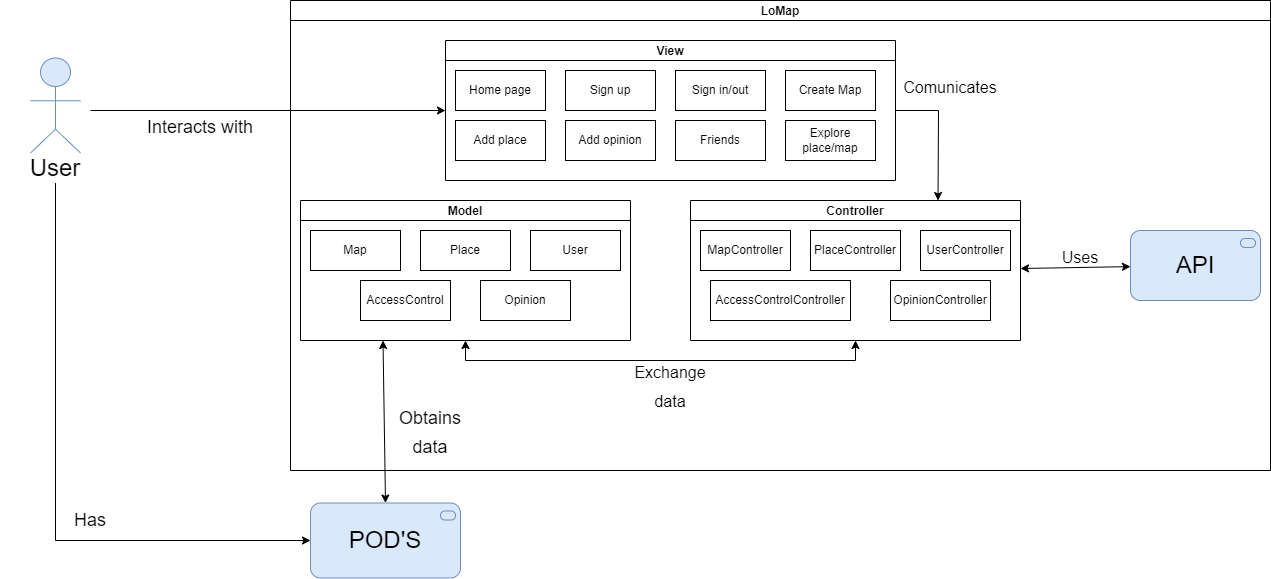
This is docs/images/Level3.png from Arquisoft/lomap_es3c, a draw.io export, as it was before one commit. Source tidied: cells renumbered, new cells last; positions are measured from the earlier drawing's top-left corner, leaving out a move shared by most shapes. The source it was exported from:
```xml
<mxGraphModel>
  <root>
    <mxCell id="0" />
    <mxCell id="1" parent="0" />
    <mxCell id="2" style="html=1;whiteSpace=wrap;fillColor=#dae8fc;verticalLabelPosition=bottom;verticalAlign=top;align=center;shape=mxgraph.archimate3.actor;labelBackgroundColor=none;strokeColor=#6c8ebf;" parent="1" vertex="1">
      <mxGeometry x="30" y="57.5" width="50" height="95" as="geometry" />
    </mxCell>
    <mxCell id="3" value="&lt;font style=&quot;font-size: 24px;&quot;&gt;POD'S&lt;/font&gt;" style="html=1;outlineConnect=0;whiteSpace=wrap;shape=mxgraph.archimate3.application;appType=serv;archiType=rounded;labelBackgroundColor=none;fillColor=#dae8fc;strokeColor=#6c8ebf;" parent="1" vertex="1">
      <mxGeometry x="310" y="502.5" width="150" height="75" as="geometry" />
    </mxCell>
    <mxCell id="4" value="User" style="text;html=1;strokeColor=none;fillColor=none;align=center;verticalAlign=middle;whiteSpace=wrap;rounded=0;fontSize=24;" parent="1" vertex="1">
      <mxGeometry x="25" y="152.5" width="60" height="30" as="geometry" />
    </mxCell>
    <mxCell id="5" value="&lt;font style=&quot;font-size: 18px;&quot;&gt;Interacts with&lt;/font&gt;" style="text;html=1;strokeColor=none;fillColor=none;align=center;verticalAlign=middle;whiteSpace=wrap;rounded=0;fontSize=24;" parent="1" vertex="1">
      <mxGeometry x="110" y="110" width="180" height="30" as="geometry" />
    </mxCell>
    <mxCell id="6" value="&lt;font style=&quot;font-size: 18px;&quot;&gt;Has&lt;/font&gt;" style="text;html=1;strokeColor=none;fillColor=none;align=center;verticalAlign=middle;whiteSpace=wrap;rounded=0;fontSize=24;" parent="1" vertex="1">
      <mxGeometry y="502.5" width="180" height="30" as="geometry" />
    </mxCell>
    <mxCell id="7" style="endArrow=classic;html=1;rounded=0;fontSize=18;entryX=0;entryY=0.5;entryDx=0;entryDy=0;" parent="1" edge="1" target="11">
      <mxGeometry relative="1" as="geometry">
        <mxPoint x="90" y="110" as="sourcePoint" />
      </mxGeometry>
    </mxCell>
    <mxCell id="8" style="endArrow=classic;startArrow=classic;html=1;rounded=0;fontSize=18;exitX=0.5;exitY=0;exitDx=0;exitDy=0;exitPerimeter=0;entryX=0.25;entryY=1;entryDx=0;entryDy=0;" parent="1" edge="1" source="3" target="20">
      <mxGeometry relative="1" as="geometry" />
    </mxCell>
    <mxCell id="9" style="endArrow=classic;html=1;rounded=0;fontSize=18;exitX=0.5;exitY=1;exitDx=0;exitDy=0;entryX=0;entryY=0.5;entryDx=0;entryDy=0;entryPerimeter=0;" parent="1" edge="1" source="4" target="3">
      <mxGeometry relative="1" as="geometry">
        <Array as="points">
          <mxPoint x="55" y="540" />
        </Array>
      </mxGeometry>
    </mxCell>
    <mxCell id="10" value="LoMap" style="swimlane;startSize=20;horizontal=1;containerType=tree;newEdgeStyle={&quot;edgeStyle&quot;:&quot;elbowEdgeStyle&quot;,&quot;startArrow&quot;:&quot;none&quot;,&quot;endArrow&quot;:&quot;none&quot;};" parent="1" vertex="1">
      <mxGeometry x="290" width="980" height="470" as="geometry" />
    </mxCell>
    <mxCell id="11" value="View" style="swimlane;startSize=20;horizontal=1;containerType=tree;newEdgeStyle={&quot;edgeStyle&quot;:&quot;elbowEdgeStyle&quot;,&quot;startArrow&quot;:&quot;none&quot;,&quot;endArrow&quot;:&quot;none&quot;};" parent="10" vertex="1">
      <mxGeometry x="155" y="40" width="450" height="140" as="geometry" />
    </mxCell>
    <mxCell id="12" value="Home page" style="rounded=0;whiteSpace=wrap;html=1;" parent="11" vertex="1">
      <mxGeometry x="10" y="30" width="90" height="40" as="geometry" />
    </mxCell>
    <mxCell id="13" value="Create Map" style="rounded=0;whiteSpace=wrap;html=1;" parent="11" vertex="1">
      <mxGeometry x="340" y="30" width="90" height="40" as="geometry" />
    </mxCell>
    <mxCell id="14" value="Sign in/out" style="rounded=0;whiteSpace=wrap;html=1;" parent="11" vertex="1">
      <mxGeometry x="230" y="30" width="90" height="40" as="geometry" />
    </mxCell>
    <mxCell id="15" value="Sign up" style="rounded=0;whiteSpace=wrap;html=1;" parent="11" vertex="1">
      <mxGeometry x="120" y="30" width="90" height="40" as="geometry" />
    </mxCell>
    <mxCell id="16" value="Add place" style="rounded=0;whiteSpace=wrap;html=1;" parent="11" vertex="1">
      <mxGeometry x="10" y="80" width="90" height="40" as="geometry" />
    </mxCell>
    <mxCell id="17" value="Add opinion" style="rounded=0;whiteSpace=wrap;html=1;" parent="11" vertex="1">
      <mxGeometry x="120" y="80" width="90" height="40" as="geometry" />
    </mxCell>
    <mxCell id="18" value="Friends" style="rounded=0;whiteSpace=wrap;html=1;" parent="11" vertex="1">
      <mxGeometry x="230" y="80" width="90" height="40" as="geometry" />
    </mxCell>
    <mxCell id="19" value="Explore place/map" style="rounded=0;whiteSpace=wrap;html=1;" parent="11" vertex="1">
      <mxGeometry x="340" y="80" width="90" height="40" as="geometry" />
    </mxCell>
    <mxCell id="20" value="Model" style="swimlane;startSize=20;horizontal=1;containerType=tree;newEdgeStyle={&quot;edgeStyle&quot;:&quot;elbowEdgeStyle&quot;,&quot;startArrow&quot;:&quot;none&quot;,&quot;endArrow&quot;:&quot;none&quot;};" parent="10" vertex="1">
      <mxGeometry x="10" y="200" width="330" height="140" as="geometry" />
    </mxCell>
    <mxCell id="21" value="Map" style="rounded=0;whiteSpace=wrap;html=1;" parent="20" vertex="1">
      <mxGeometry x="10" y="30" width="90" height="40" as="geometry" />
    </mxCell>
    <mxCell id="22" value="User" style="rounded=0;whiteSpace=wrap;html=1;" parent="20" vertex="1">
      <mxGeometry x="230" y="30" width="90" height="40" as="geometry" />
    </mxCell>
    <mxCell id="23" value="Place" style="rounded=0;whiteSpace=wrap;html=1;" parent="20" vertex="1">
      <mxGeometry x="120" y="30" width="90" height="40" as="geometry" />
    </mxCell>
    <mxCell id="24" value="AccessControl" style="rounded=0;whiteSpace=wrap;html=1;" parent="20" vertex="1">
      <mxGeometry x="60" y="80" width="90" height="40" as="geometry" />
    </mxCell>
    <mxCell id="25" value="Opinion" style="rounded=0;whiteSpace=wrap;html=1;" parent="20" vertex="1">
      <mxGeometry x="180" y="80" width="90" height="40" as="geometry" />
    </mxCell>
    <mxCell id="26" value="Controller" style="swimlane;startSize=20;horizontal=1;containerType=tree;newEdgeStyle={&quot;edgeStyle&quot;:&quot;elbowEdgeStyle&quot;,&quot;startArrow&quot;:&quot;none&quot;,&quot;endArrow&quot;:&quot;none&quot;};" parent="10" vertex="1">
      <mxGeometry x="400" y="200" width="330" height="140" as="geometry" />
    </mxCell>
    <mxCell id="27" value="MapController" style="rounded=0;whiteSpace=wrap;html=1;" parent="26" vertex="1">
      <mxGeometry x="10" y="30" width="90" height="40" as="geometry" />
    </mxCell>
    <mxCell id="28" value="UserController" style="rounded=0;whiteSpace=wrap;html=1;" parent="26" vertex="1">
      <mxGeometry x="230" y="30" width="90" height="40" as="geometry" />
    </mxCell>
    <mxCell id="29" value="PlaceController" style="rounded=0;whiteSpace=wrap;html=1;" parent="26" vertex="1">
      <mxGeometry x="120" y="30" width="90" height="40" as="geometry" />
    </mxCell>
    <mxCell id="30" value="AccessControlController" style="rounded=0;whiteSpace=wrap;html=1;" parent="26" vertex="1">
      <mxGeometry x="20" y="80" width="140" height="40" as="geometry" />
    </mxCell>
    <mxCell id="31" value="OpinionController" style="rounded=0;whiteSpace=wrap;html=1;" parent="26" vertex="1">
      <mxGeometry x="200" y="80" width="100" height="40" as="geometry" />
    </mxCell>
    <mxCell id="32" value="&lt;font style=&quot;font-size: 16px;&quot;&gt;Exchange&lt;br&gt;data&lt;br&gt;&lt;/font&gt;" style="text;html=1;strokeColor=none;fillColor=none;align=center;verticalAlign=middle;whiteSpace=wrap;rounded=0;fontSize=24;" parent="10" vertex="1">
      <mxGeometry x="290" y="360" width="180" height="47.5" as="geometry" />
    </mxCell>
    <mxCell id="33" style="endArrow=classic;startArrow=classic;html=1;rounded=0;fontSize=16;entryX=0.5;entryY=1;entryDx=0;entryDy=0;exitX=0.5;exitY=1;exitDx=0;exitDy=0;" parent="10" edge="1" source="26" target="20">
      <mxGeometry relative="1" as="geometry">
        <Array as="points">
          <mxPoint x="565" y="360" />
          <mxPoint x="175" y="360" />
        </Array>
      </mxGeometry>
    </mxCell>
    <mxCell id="34" style="endArrow=classic;html=1;rounded=0;entryX=0.75;entryY=0;entryDx=0;entryDy=0;exitX=1;exitY=0.5;exitDx=0;exitDy=0;" parent="10" edge="1" source="11" target="26">
      <mxGeometry relative="1" as="geometry">
        <Array as="points">
          <mxPoint x="648" y="110" />
        </Array>
      </mxGeometry>
    </mxCell>
    <mxCell id="35" value="&lt;font style=&quot;font-size: 18px;&quot;&gt;Obtains&lt;br&gt;data&lt;br&gt;&lt;/font&gt;" style="text;html=1;strokeColor=none;fillColor=none;align=center;verticalAlign=middle;whiteSpace=wrap;rounded=0;fontSize=24;" parent="10" vertex="1">
      <mxGeometry x="50" y="400" width="180" height="60" as="geometry" />
    </mxCell>
    <mxCell id="36" value="&lt;font style=&quot;font-size: 16px;&quot;&gt;Comunicates&lt;/font&gt;" style="text;html=1;strokeColor=none;fillColor=none;align=center;verticalAlign=middle;whiteSpace=wrap;rounded=0;fontSize=24;" parent="10" vertex="1">
      <mxGeometry x="570" y="70" width="180" height="30" as="geometry" />
    </mxCell>
    <mxCell id="37" value="&lt;font style=&quot;font-size: 24px;&quot;&gt;API&lt;/font&gt;" style="html=1;outlineConnect=0;whiteSpace=wrap;shape=mxgraph.archimate3.application;appType=serv;archiType=rounded;labelBackgroundColor=none;fillColor=#dae8fc;strokeColor=#6c8ebf;" parent="1" vertex="1">
      <mxGeometry x="1130" y="230" width="130" height="70" as="geometry" />
    </mxCell>
    <mxCell id="38" style="endArrow=classic;startArrow=classic;html=1;rounded=0;entryX=1;entryY=0.5;entryDx=0;entryDy=0;entryPerimeter=0;" parent="1" edge="1" source="37">
      <mxGeometry relative="1" as="geometry">
        <mxPoint x="1020" y="268" as="targetPoint" />
      </mxGeometry>
    </mxCell>
    <mxCell id="39" value="&lt;font style=&quot;font-size: 16px;&quot;&gt;Uses&lt;/font&gt;" style="text;html=1;strokeColor=none;fillColor=none;align=center;verticalAlign=middle;whiteSpace=wrap;rounded=0;fontSize=24;" parent="1" vertex="1">
      <mxGeometry x="990" y="210" width="180" height="90" as="geometry" />
    </mxCell>
  </root>
</mxGraphModel>
```
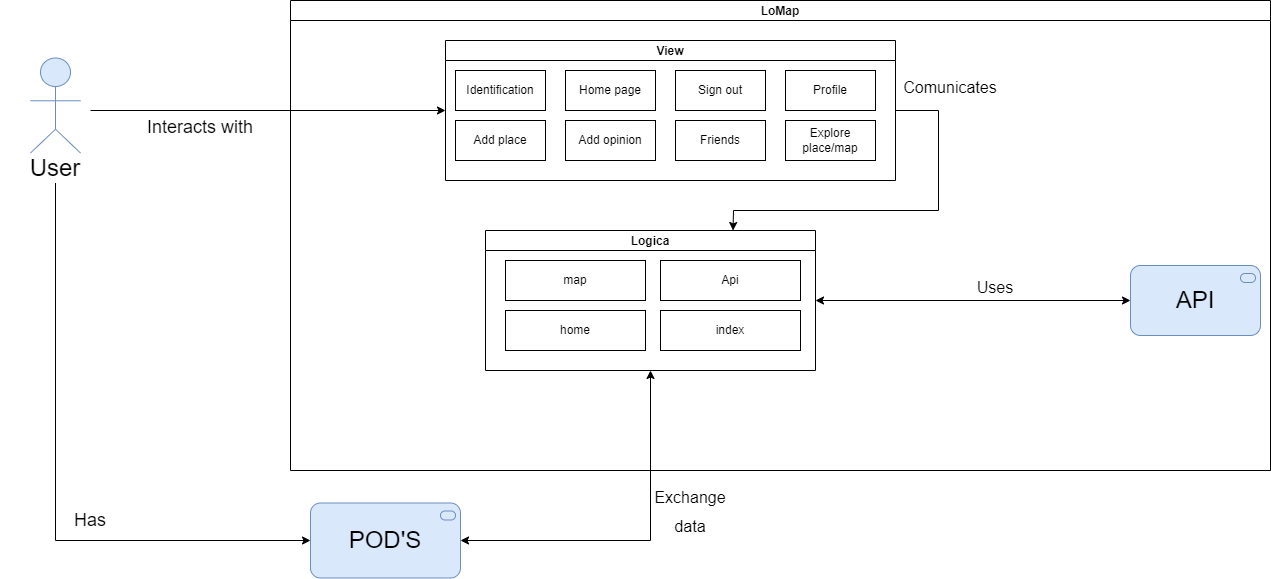
After the change.

The edit, as a diff of the source:
```diff
@@ -22,9 +22,6 @@
         <mxPoint x="90" y="110" as="sourcePoint" />
       </mxGeometry>
     </mxCell>
-    <mxCell id="8" style="endArrow=classic;startArrow=classic;html=1;rounded=0;fontSize=18;exitX=0.5;exitY=0;exitDx=0;exitDy=0;exitPerimeter=0;entryX=0.25;entryY=1;entryDx=0;entryDy=0;" parent="1" edge="1" source="3" target="20">
-      <mxGeometry relative="1" as="geometry" />
-    </mxCell>
     <mxCell id="9" style="endArrow=classic;html=1;rounded=0;fontSize=18;exitX=0.5;exitY=1;exitDx=0;exitDy=0;entryX=0;entryY=0.5;entryDx=0;entryDy=0;entryPerimeter=0;" parent="1" edge="1" source="4" target="3">
       <mxGeometry relative="1" as="geometry">
         <Array as="points">
@@ -39,16 +36,16 @@
       <mxGeometry x="155" y="40" width="450" height="140" as="geometry" />
     </mxCell>
     <mxCell id="12" value="Home page" style="rounded=0;whiteSpace=wrap;html=1;" parent="11" vertex="1">
-      <mxGeometry x="10" y="30" width="90" height="40" as="geometry" />
+      <mxGeometry x="120" y="30" width="90" height="40" as="geometry" />
     </mxCell>
-    <mxCell id="13" value="Create Map" style="rounded=0;whiteSpace=wrap;html=1;" parent="11" vertex="1">
+    <mxCell id="13" value="Profile" style="rounded=0;whiteSpace=wrap;html=1;" parent="11" vertex="1">
       <mxGeometry x="340" y="30" width="90" height="40" as="geometry" />
     </mxCell>
-    <mxCell id="14" value="Sign in/out" style="rounded=0;whiteSpace=wrap;html=1;" parent="11" vertex="1">
+    <mxCell id="14" value="Sign out" style="rounded=0;whiteSpace=wrap;html=1;" parent="11" vertex="1">
       <mxGeometry x="230" y="30" width="90" height="40" as="geometry" />
     </mxCell>
-    <mxCell id="15" value="Sign up" style="rounded=0;whiteSpace=wrap;html=1;" parent="11" vertex="1">
-      <mxGeometry x="120" y="30" width="90" height="40" as="geometry" />
+    <mxCell id="15" value="Identification" style="rounded=0;whiteSpace=wrap;html=1;" parent="11" vertex="1">
+      <mxGeometry x="10" y="30" width="90" height="40" as="geometry" />
     </mxCell>
     <mxCell id="16" value="Add place" style="rounded=0;whiteSpace=wrap;html=1;" parent="11" vertex="1">
       <mxGeometry x="10" y="80" width="90" height="40" as="geometry" />
@@ -62,76 +59,51 @@
     <mxCell id="19" value="Explore place/map" style="rounded=0;whiteSpace=wrap;html=1;" parent="11" vertex="1">
       <mxGeometry x="340" y="80" width="90" height="40" as="geometry" />
     </mxCell>
-    <mxCell id="20" value="Model" style="swimlane;startSize=20;horizontal=1;containerType=tree;newEdgeStyle={&quot;edgeStyle&quot;:&quot;elbowEdgeStyle&quot;,&quot;startArrow&quot;:&quot;none&quot;,&quot;endArrow&quot;:&quot;none&quot;};" parent="10" vertex="1">
-      <mxGeometry x="10" y="200" width="330" height="140" as="geometry" />
-    </mxCell>
-    <mxCell id="21" value="Map" style="rounded=0;whiteSpace=wrap;html=1;" parent="20" vertex="1">
-      <mxGeometry x="10" y="30" width="90" height="40" as="geometry" />
-    </mxCell>
-    <mxCell id="22" value="User" style="rounded=0;whiteSpace=wrap;html=1;" parent="20" vertex="1">
-      <mxGeometry x="230" y="30" width="90" height="40" as="geometry" />
-    </mxCell>
-    <mxCell id="23" value="Place" style="rounded=0;whiteSpace=wrap;html=1;" parent="20" vertex="1">
-      <mxGeometry x="120" y="30" width="90" height="40" as="geometry" />
-    </mxCell>
-    <mxCell id="24" value="AccessControl" style="rounded=0;whiteSpace=wrap;html=1;" parent="20" vertex="1">
-      <mxGeometry x="60" y="80" width="90" height="40" as="geometry" />
-    </mxCell>
-    <mxCell id="25" value="Opinion" style="rounded=0;whiteSpace=wrap;html=1;" parent="20" vertex="1">
-      <mxGeometry x="180" y="80" width="90" height="40" as="geometry" />
-    </mxCell>
-    <mxCell id="26" value="Controller" style="swimlane;startSize=20;horizontal=1;containerType=tree;newEdgeStyle={&quot;edgeStyle&quot;:&quot;elbowEdgeStyle&quot;,&quot;startArrow&quot;:&quot;none&quot;,&quot;endArrow&quot;:&quot;none&quot;};" parent="10" vertex="1">
-      <mxGeometry x="400" y="200" width="330" height="140" as="geometry" />
+    <mxCell id="26" value="Logica" style="swimlane;startSize=20;horizontal=1;containerType=tree;newEdgeStyle={&quot;edgeStyle&quot;:&quot;elbowEdgeStyle&quot;,&quot;startArrow&quot;:&quot;none&quot;,&quot;endArrow&quot;:&quot;none&quot;};" parent="10" vertex="1">
+      <mxGeometry x="195" y="230" width="330" height="140" as="geometry" />
     </mxCell>
-    <mxCell id="27" value="MapController" style="rounded=0;whiteSpace=wrap;html=1;" parent="26" vertex="1">
-      <mxGeometry x="10" y="30" width="90" height="40" as="geometry" />
+    <mxCell id="27" value="map" style="rounded=0;whiteSpace=wrap;html=1;" parent="26" vertex="1">
+      <mxGeometry x="20" y="30" width="140" height="40" as="geometry" />
     </mxCell>
-    <mxCell id="28" value="UserController" style="rounded=0;whiteSpace=wrap;html=1;" parent="26" vertex="1">
-      <mxGeometry x="230" y="30" width="90" height="40" as="geometry" />
-    </mxCell>
-    <mxCell id="29" value="PlaceController" style="rounded=0;whiteSpace=wrap;html=1;" parent="26" vertex="1">
-      <mxGeometry x="120" y="30" width="90" height="40" as="geometry" />
-    </mxCell>
-    <mxCell id="30" value="AccessControlController" style="rounded=0;whiteSpace=wrap;html=1;" parent="26" vertex="1">
+    <mxCell id="30" value="home" style="rounded=0;whiteSpace=wrap;html=1;" parent="26" vertex="1">
       <mxGeometry x="20" y="80" width="140" height="40" as="geometry" />
     </mxCell>
-    <mxCell id="31" value="OpinionController" style="rounded=0;whiteSpace=wrap;html=1;" parent="26" vertex="1">
-      <mxGeometry x="200" y="80" width="100" height="40" as="geometry" />
-    </mxCell>
-    <mxCell id="32" value="&lt;font style=&quot;font-size: 16px;&quot;&gt;Exchange&lt;br&gt;data&lt;br&gt;&lt;/font&gt;" style="text;html=1;strokeColor=none;fillColor=none;align=center;verticalAlign=middle;whiteSpace=wrap;rounded=0;fontSize=24;" parent="10" vertex="1">
-      <mxGeometry x="290" y="360" width="180" height="47.5" as="geometry" />
-    </mxCell>
-    <mxCell id="33" style="endArrow=classic;startArrow=classic;html=1;rounded=0;fontSize=16;entryX=0.5;entryY=1;entryDx=0;entryDy=0;exitX=0.5;exitY=1;exitDx=0;exitDy=0;" parent="10" edge="1" source="26" target="20">
-      <mxGeometry relative="1" as="geometry">
-        <Array as="points">
-          <mxPoint x="565" y="360" />
-          <mxPoint x="175" y="360" />
-        </Array>
-      </mxGeometry>
-    </mxCell>
+    <mxCell id="40" value="Api" style="rounded=0;whiteSpace=wrap;html=1;" parent="26" vertex="1">
+      <mxGeometry x="175" y="30" width="140" height="40" as="geometry" />
+    </mxCell>
+    <mxCell id="41" value="index" style="rounded=0;whiteSpace=wrap;html=1;" parent="26" vertex="1">
+      <mxGeometry x="175" y="80" width="140" height="40" as="geometry" />
+    </mxCell>
     <mxCell id="34" style="endArrow=classic;html=1;rounded=0;entryX=0.75;entryY=0;entryDx=0;entryDy=0;exitX=1;exitY=0.5;exitDx=0;exitDy=0;" parent="10" edge="1" source="11" target="26">
       <mxGeometry relative="1" as="geometry">
         <Array as="points">
           <mxPoint x="648" y="110" />
+          <mxPoint x="648" y="210" />
+          <mxPoint x="443" y="210" />
         </Array>
       </mxGeometry>
     </mxCell>
-    <mxCell id="35" value="&lt;font style=&quot;font-size: 18px;&quot;&gt;Obtains&lt;br&gt;data&lt;br&gt;&lt;/font&gt;" style="text;html=1;strokeColor=none;fillColor=none;align=center;verticalAlign=middle;whiteSpace=wrap;rounded=0;fontSize=24;" parent="10" vertex="1">
-      <mxGeometry x="50" y="400" width="180" height="60" as="geometry" />
-    </mxCell>
     <mxCell id="36" value="&lt;font style=&quot;font-size: 16px;&quot;&gt;Comunicates&lt;/font&gt;" style="text;html=1;strokeColor=none;fillColor=none;align=center;verticalAlign=middle;whiteSpace=wrap;rounded=0;fontSize=24;" parent="10" vertex="1">
       <mxGeometry x="570" y="70" width="180" height="30" as="geometry" />
     </mxCell>
+    <mxCell id="39" value="&lt;font style=&quot;font-size: 16px;&quot;&gt;Uses&lt;/font&gt;" style="text;html=1;strokeColor=none;fillColor=none;align=center;verticalAlign=middle;whiteSpace=wrap;rounded=0;fontSize=24;" parent="10" vertex="1">
+      <mxGeometry x="600" y="250" width="210" height="70" as="geometry" />
+    </mxCell>
-    <mxCell id="37" value="&lt;font style=&quot;font-size: 24px;&quot;&gt;API&lt;/font&gt;" style="html=1;outlineConnect=0;whiteSpace=wrap;shape=mxgraph.archimate3.application;appType=serv;archiType=rounded;labelBackgroundColor=none;fillColor=#dae8fc;strokeColor=#6c8ebf;" parent="1" vertex="1">
-      <mxGeometry x="1130" y="230" width="130" height="70" as="geometry" />
+    <mxCell id="37" value="&lt;font style=&quot;font-size: 24px;&quot;&gt;API&lt;/font&gt;" style="html=1;outlineConnect=0;whiteSpace=wrap;shape=mxgraph.archimate3.application;appType=serv;archiType=rounded;labelBackgroundColor=none;fillColor=#dae8fc;strokeColor=#6c8ebf;" parent="10" vertex="1">
+      <mxGeometry x="840" y="265" width="130" height="70" as="geometry" />
     </mxCell>
-    <mxCell id="38" style="endArrow=classic;startArrow=classic;html=1;rounded=0;entryX=1;entryY=0.5;entryDx=0;entryDy=0;entryPerimeter=0;" parent="1" edge="1" source="37">
-      <mxGeometry relative="1" as="geometry">
-        <mxPoint x="1020" y="268" as="targetPoint" />
-      </mxGeometry>
+    <mxCell id="38" style="endArrow=classic;startArrow=classic;html=1;rounded=0;entryX=1;entryY=0.5;entryDx=0;entryDy=0;" parent="10" edge="1" source="37" target="26">
+      <mxGeometry relative="1" as="geometry" />
     </mxCell>
-    <mxCell id="39" value="&lt;font style=&quot;font-size: 16px;&quot;&gt;Uses&lt;/font&gt;" style="text;html=1;strokeColor=none;fillColor=none;align=center;verticalAlign=middle;whiteSpace=wrap;rounded=0;fontSize=24;" parent="1" vertex="1">
-      <mxGeometry x="990" y="210" width="180" height="90" as="geometry" />
-    </mxCell>
+    <mxCell id="32" value="&lt;font style=&quot;font-size: 16px;&quot;&gt;Exchange&lt;br&gt;data&lt;br&gt;&lt;/font&gt;" style="text;html=1;strokeColor=none;fillColor=none;align=center;verticalAlign=middle;whiteSpace=wrap;rounded=0;fontSize=24;" parent="1" vertex="1">
+      <mxGeometry x="600" y="485" width="180" height="47.5" as="geometry" />
+    </mxCell>
+    <mxCell id="42" style="endArrow=classic;startArrow=classic;html=1;rounded=0;entryX=0.5;entryY=1;entryDx=0;entryDy=0;exitX=1;exitY=0.5;exitDx=0;exitDy=0;exitPerimeter=0;" parent="1" edge="1" source="3" target="26">
+      <mxGeometry relative="1" as="geometry">
+        <Array as="points">
+          <mxPoint x="650" y="540" />
+        </Array>
+      </mxGeometry>
+    </mxCell>
   </root>
 </mxGraphModel>
```
